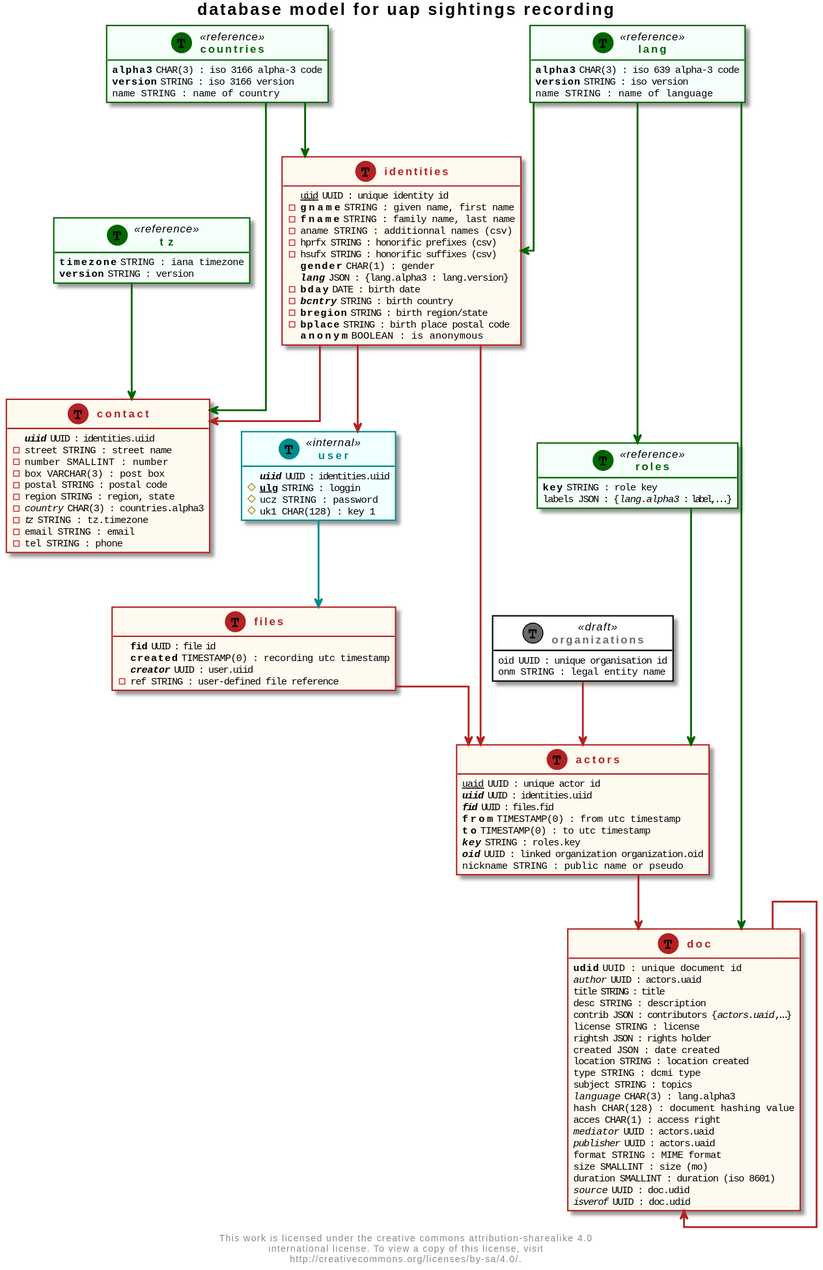
This is docs/uml/drm.svg from uap-initiative/drm, a PlantUML export, as it was before one commit.
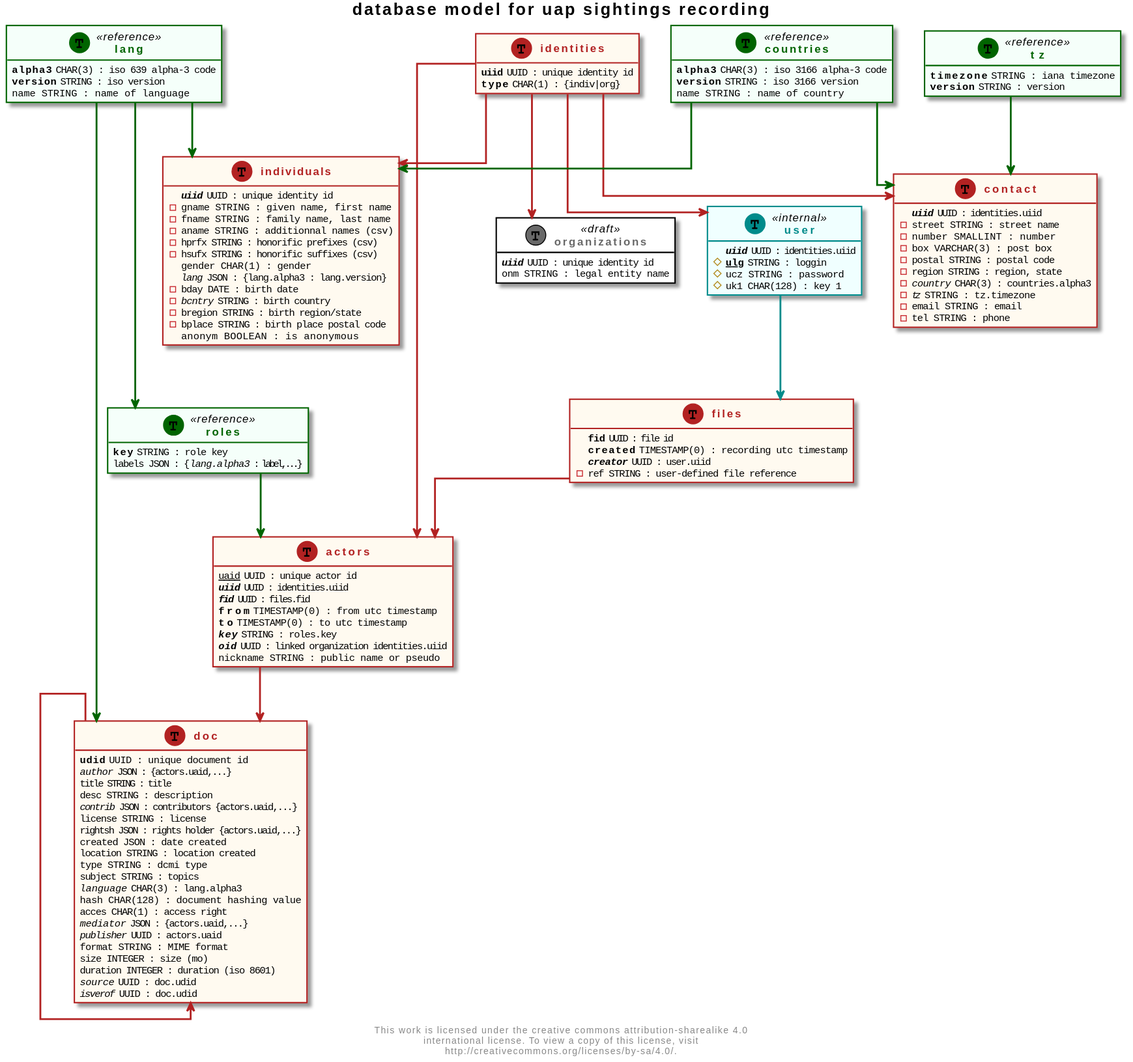
After the change.

The edit, as a diff of the source:
```diff
@@ -62,20 +62,26 @@
 }
 
 
-class identities << (T,firebrick) >> {
-	{field}  $uk(uiid) UUID : unique identity id
-	{field} -$pk(gname) STRING : given name, first name
-	{field} -$pk(fname) STRING : family name, last name
+class individuals << (T,firebrick) >> {
+	{field}  $pk($fk(uiid)) UUID : unique identity id
+	{field} -gname STRING : given name, first name
+	{field} -fname STRING : family name, last name
 	{field} -aname STRING : additionnal names (csv)
 	{field} -hprfx STRING : honorific prefixes (csv)
 	{field} -hsufx STRING : honorific suffixes (csv)
-	{field}  $pk(gender) CHAR(1) : gender
-	{field}  $pk($fk(lang)) JSON : {lang.alpha3 : lang.version}
-	{field} -$pk(bday) DATE : birth date
-	{field} -$pk($fk(bcntry)) STRING : birth country
-	{field} -$pk(bregion) STRING : birth region/state
-	{field} -$pk(bplace) STRING : birth place postal code
-	{field}  $pk(anonym) BOOLEAN : is anonymous
+	{field}  gender CHAR(1) : gender
+	{field}  $fk(lang) JSON : {lang.alpha3 : lang.version}
+	{field} -bday DATE : birth date
+	{field} -$fk(bcntry) STRING : birth country
+	{field} -bregion STRING : birth region/state
+	{field} -bplace STRING : birth place postal code
+	{field}  anonym BOOLEAN : is anonymous
+}
+
+
+class identities << (T,firebrick) >> {
+	{field}  $pk(uiid) UUID : unique identity id
+	{field}  $pk(type) CHAR(1) : {indiv|org}
 }
 
 
@@ -100,7 +106,7 @@
 	{field} $pk(from) TIMESTAMP(0) : from utc timestamp
 	{field} $pk(to) TIMESTAMP(0) : to utc timestamp
 	{field} $pk($fk(key)) STRING : roles.key
-	{field} $pk($fk(oid)) UUID : linked organization organization.oid
+	{field} $pk($fk(oid)) UUID : linked organization identities.uiid
 	{field} nickname STRING : public name or pseudo
 }
 
@@ -135,12 +141,12 @@
 
 class doc << (T,Firebrick) >> {
     {field} $pk(udid) UUID : unique document id
-    {field} $fk(author) UUID : actors.uaid
+    {field} $fk(author) JSON : {actors.uaid,...}
     {field} title STRING : title
     {field} desc STRING : description
-    {field} contrib JSON : contributors {$fk(actors.uaid),...}
+    {field} $fk(contrib) JSON : contributors {actors.uaid,...}
     {field} license STRING : license
-    {field} rightsh JSON : rights holder
+    {field} rightsh JSON : rights holder {actors.uaid,...}
     {field} created JSON : date created
     {field} location STRING : location created
     {field} type STRING : dcmi type
@@ -148,11 +154,11 @@
     {field} $fk(language) CHAR(3) : lang.alpha3
     {field} hash CHAR(128) : document hashing value
     {field} acces CHAR(1) : access right
-    {field} $fk(mediator) UUID : actors.uaid
+    {field} $fk(mediator) JSON :  {actors.uaid,...}
     {field} $fk(publisher) UUID : actors.uaid
     {field} format STRING : MIME format
-    {field} size SMALLINT : size (mo)
-    {field} duration SMALLINT : duration (iso 8601)
+    {field} size INTEGER : size (mo)
+    {field} duration INTEGER : duration (iso 8601)
     {field} $fk(source) UUID : doc.udid
     {field} $fk(isverof) UUID : doc.udid
 }
@@ -165,7 +171,7 @@
 
 
 class organizations  << (T,dimgrey) draft >> {
-	{field} oid UUID : unique organisation id
+	{field} $pk($fk(uiid)) UUID : unique identity id
     {field} onm STRING : legal entity name
 }
 
@@ -173,14 +179,15 @@
 
 user            -[#darkcyan]->       files
 identities      -->                  user
+identities      -->                  individuals
+identities      -->                  organizations
 identities      -->                  contact
 identities      -->                  actors
 files           -->                  actors
 roles           -[#darkgreen]->      actors
 tz              -[#darkgreen]->      contact
-organizations   -->                  actors
-lang            -[#darkgreen]->      identities
-countries       -[#darkgreen]->      identities
+lang            -[#darkgreen]->      individuals
+countries       -[#darkgreen]->      individuals
 countries       -[#darkgreen]->      contact
 lang            -[#darkgreen]->      roles
 lang            -[#darkgreen]->      doc
```
